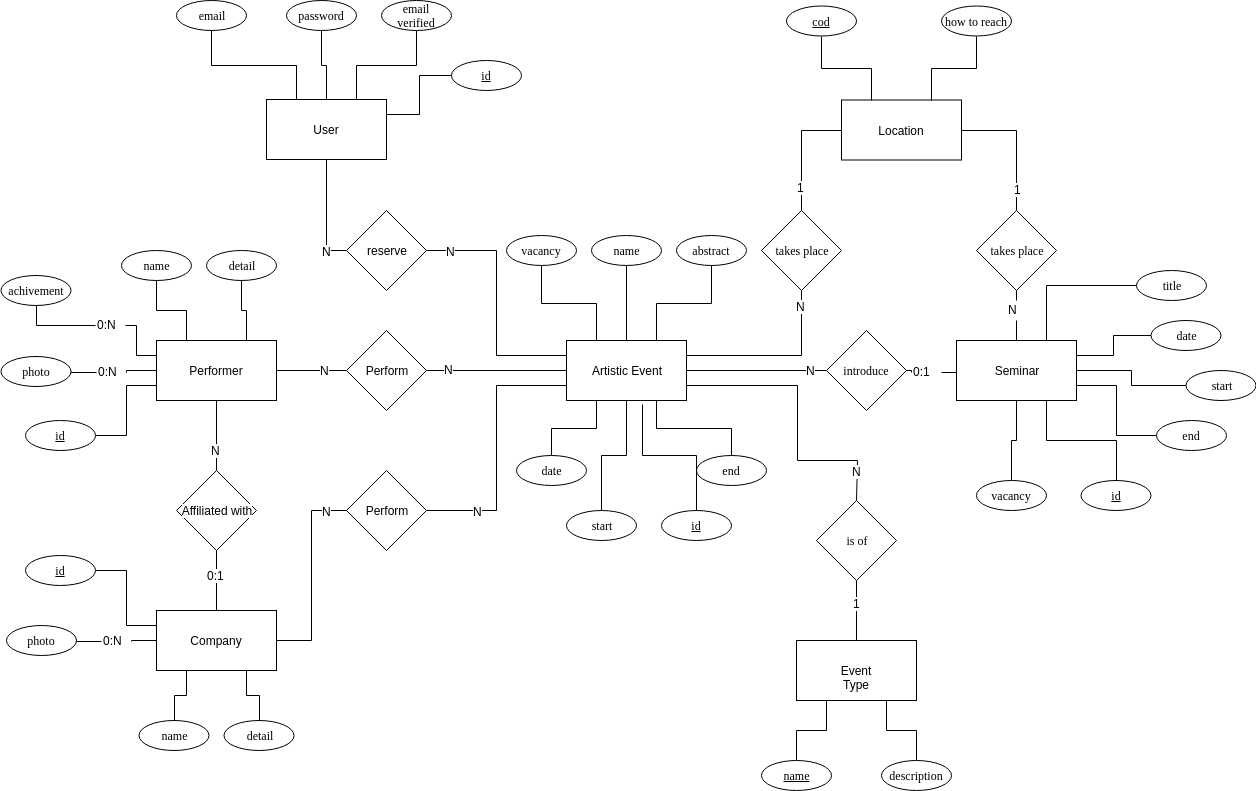
This is public/assets/images/doc/ER-diagram.png from f3d0ss/hypermedia-2019-alterio-antichi-cazzola, a draw.io export, as it was before one commit. Source tidied: cells renumbered, new cells last; positions are measured from the earlier drawing's top-left corner, leaving out a move shared by most shapes.
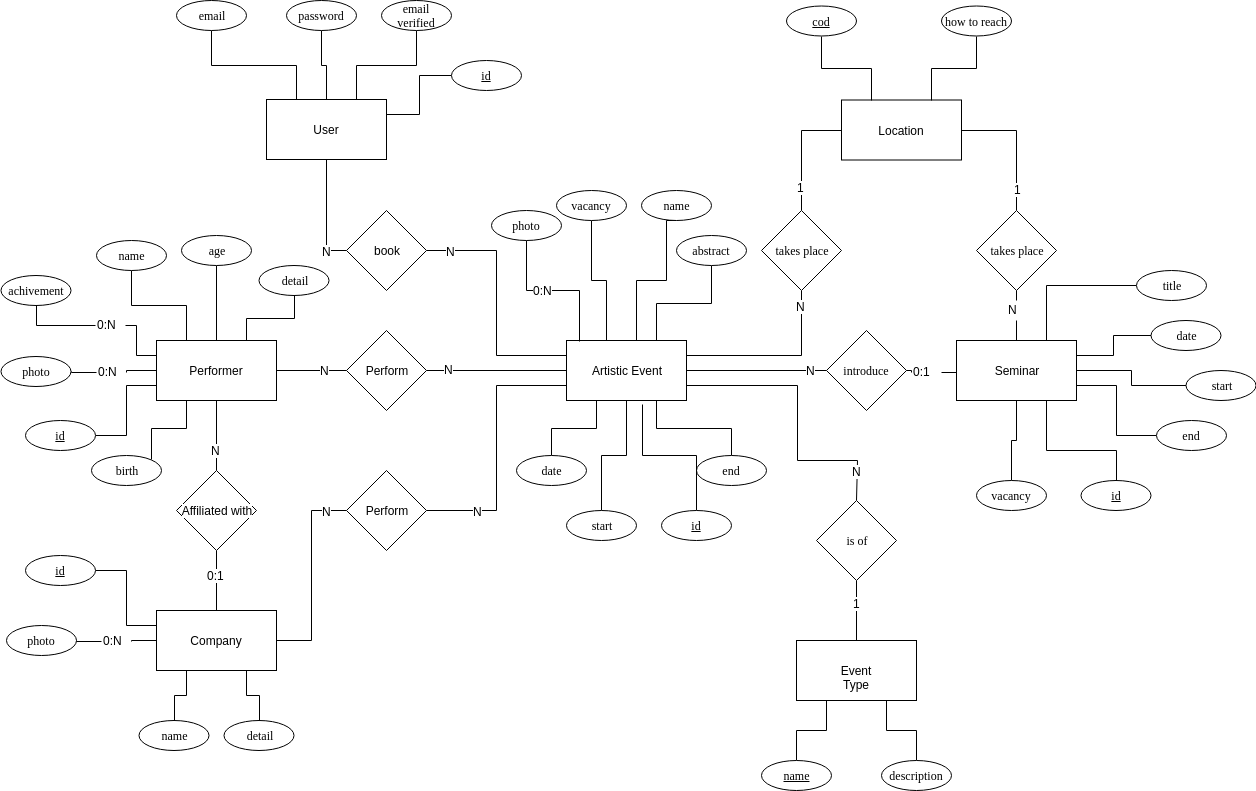
Above is the later version.

Diff of the diagram source:
```diff
@@ -147,7 +147,7 @@
     <mxCell id="44" value="N" style="text;html=1;align=center;verticalAlign=middle;labelBackgroundColor=#ffffff;" parent="43" vertex="1">
       <mxGeometry x="-0.8" relative="1" as="geometry" />
     </mxCell>
-    <mxCell id="45" value="reserve" style="rhombus;whiteSpace=wrap;html=1;" parent="1" vertex="1">
+    <mxCell id="45" value="book" style="rhombus;whiteSpace=wrap;html=1;" parent="1" vertex="1">
       <mxGeometry x="346" y="210" width="80" height="80" as="geometry" />
     </mxCell>
     <mxCell id="46" style="edgeStyle=orthogonalEdgeStyle;rounded=0;jettySize=auto;html=1;exitX=0.5;exitY=1;exitDx=0;exitDy=0;entryX=0.25;entryY=0;entryDx=0;entryDy=0;endArrow=none;endFill=0;" parent="1" edge="1" source="47" target="21">
@@ -181,10 +181,17 @@
       <mxGeometry x="941" y="5.5" width="70" height="30" as="geometry" />
     </mxCell>
     <mxCell id="56" style="edgeStyle=orthogonalEdgeStyle;rounded=0;jettySize=auto;html=1;exitX=0.5;exitY=1;exitDx=0;exitDy=0;entryX=0.5;entryY=0;entryDx=0;entryDy=0;endArrow=none;endFill=0;" parent="1" edge="1" source="57" target="10">
-      <mxGeometry relative="1" as="geometry" />
+      <mxGeometry relative="1" as="geometry">
+        <Array as="points">
+          <mxPoint x="666" y="220" />
+          <mxPoint x="666" y="280" />
+          <mxPoint x="636" y="280" />
+          <mxPoint x="636" y="340" />
+        </Array>
+      </mxGeometry>
     </mxCell>
     <mxCell id="57" value="&lt;font face=&quot;verdana&quot;&gt;name&lt;/font&gt;" style="ellipse;whiteSpace=wrap;html=1;" parent="1" vertex="1">
-      <mxGeometry x="591" y="235" width="70" height="30" as="geometry" />
+      <mxGeometry x="641" y="190" width="70" height="30" as="geometry" />
     </mxCell>
     <mxCell id="58" style="edgeStyle=orthogonalEdgeStyle;rounded=0;jettySize=auto;html=1;exitX=0.5;exitY=1;exitDx=0;exitDy=0;entryX=0.75;entryY=0;entryDx=0;entryDy=0;endArrow=none;endFill=0;" parent="1" edge="1" source="59" target="10">
       <mxGeometry relative="1" as="geometry" />
@@ -193,10 +200,16 @@
       <mxGeometry x="676" y="235" width="70" height="30" as="geometry" />
     </mxCell>
     <mxCell id="60" style="edgeStyle=orthogonalEdgeStyle;rounded=0;jettySize=auto;html=1;exitX=0.5;exitY=1;exitDx=0;exitDy=0;entryX=0.25;entryY=0;entryDx=0;entryDy=0;endArrow=none;endFill=0;" parent="1" edge="1" source="61" target="10">
-      <mxGeometry relative="1" as="geometry" />
+      <mxGeometry relative="1" as="geometry">
+        <Array as="points">
+          <mxPoint x="591" y="280" />
+          <mxPoint x="606" y="280" />
+          <mxPoint x="606" y="340" />
+        </Array>
+      </mxGeometry>
     </mxCell>
     <mxCell id="61" value="&lt;font face=&quot;verdana&quot;&gt;vacancy&lt;/font&gt;" style="ellipse;whiteSpace=wrap;html=1;" parent="1" vertex="1">
-      <mxGeometry x="506" y="235" width="70" height="30" as="geometry" />
+      <mxGeometry x="556" y="190" width="70" height="30" as="geometry" />
     </mxCell>
     <mxCell id="62" style="edgeStyle=orthogonalEdgeStyle;rounded=0;jettySize=auto;html=1;exitX=0.5;exitY=0;exitDx=0;exitDy=0;endArrow=none;endFill=0;" parent="1" edge="1" source="63" target="10">
       <mxGeometry relative="1" as="geometry" />
@@ -283,13 +296,13 @@
       <mxGeometry relative="1" as="geometry" />
     </mxCell>
     <mxCell id="90" value="&lt;font face=&quot;verdana&quot;&gt;name&lt;/font&gt;" style="ellipse;whiteSpace=wrap;html=1;" parent="1" vertex="1">
-      <mxGeometry x="121" y="250" width="70" height="30" as="geometry" />
+      <mxGeometry x="96" y="240" width="70" height="30" as="geometry" />
     </mxCell>
     <mxCell id="91" style="edgeStyle=orthogonalEdgeStyle;rounded=0;jettySize=auto;html=1;exitX=0.5;exitY=1;exitDx=0;exitDy=0;entryX=0.75;entryY=0;entryDx=0;entryDy=0;endArrow=none;endFill=0;" parent="1" edge="1" source="92" target="3">
       <mxGeometry relative="1" as="geometry" />
     </mxCell>
     <mxCell id="92" value="&lt;font face=&quot;verdana&quot;&gt;detail&lt;/font&gt;" style="ellipse;whiteSpace=wrap;html=1;" parent="1" vertex="1">
-      <mxGeometry x="206" y="250" width="70" height="30" as="geometry" />
+      <mxGeometry x="258.5" y="265" width="70" height="30" as="geometry" />
     </mxCell>
     <mxCell id="93" style="edgeStyle=orthogonalEdgeStyle;rounded=0;jettySize=auto;html=1;exitX=0;exitY=0.5;exitDx=0;exitDy=0;entryX=1;entryY=0.5;entryDx=0;entryDy=0;endArrow=none;endFill=0;" parent="1" edge="1" source="95" target="94">
       <mxGeometry relative="1" as="geometry" />
@@ -337,7 +350,12 @@
       <mxGeometry x="25" y="420" width="70" height="30" as="geometry" />
     </mxCell>
     <mxCell id="108" style="edgeStyle=orthogonalEdgeStyle;rounded=0;jettySize=auto;html=1;exitX=0.5;exitY=0;exitDx=0;exitDy=0;entryX=0.75;entryY=1;entryDx=0;entryDy=0;endArrow=none;endFill=0;" parent="1" edge="1" source="109" target="11">
-      <mxGeometry relative="1" as="geometry" />
+      <mxGeometry relative="1" as="geometry">
+        <Array as="points">
+          <mxPoint x="1116" y="450" />
+          <mxPoint x="1046" y="450" />
+        </Array>
+      </mxGeometry>
     </mxCell>
     <mxCell id="109" value="&lt;span style=&quot;font-family: &amp;quot;verdana&amp;quot;&quot;&gt;id&lt;/span&gt;" style="ellipse;whiteSpace=wrap;html=1;fontStyle=4;" parent="1" vertex="1">
       <mxGeometry x="1080.5" y="480" width="70" height="30" as="geometry" />
@@ -369,5 +387,26 @@
         <mxPoint x="-171" y="404" as="offset" />
       </mxGeometry>
     </mxCell>
+    <mxCell id="117" style="edgeStyle=orthogonalEdgeStyle;rounded=0;jettySize=auto;html=1;exitX=0.5;exitY=1;exitDx=0;exitDy=0;entryX=0.108;entryY=0.017;entryDx=0;entryDy=0;entryPerimeter=0;endArrow=none;endFill=0;" parent="1" edge="1" source="119" target="10">
+      <mxGeometry relative="1" as="geometry" />
+    </mxCell>
+    <mxCell id="118" value="0:N" style="text;html=1;align=center;verticalAlign=middle;labelBackgroundColor=#ffffff;" parent="117" vertex="1">
+      <mxGeometry x="-0.36" y="16" relative="1" as="geometry" />
+    </mxCell>
+    <mxCell id="119" value="&lt;font face=&quot;verdana&quot;&gt;photo&lt;/font&gt;" style="ellipse;whiteSpace=wrap;html=1;" parent="1" vertex="1">
+      <mxGeometry x="491" y="210" width="70" height="30" as="geometry" />
+    </mxCell>
+    <mxCell id="120" style="edgeStyle=orthogonalEdgeStyle;rounded=0;jettySize=auto;html=1;exitX=1;exitY=0;exitDx=0;exitDy=0;entryX=0.25;entryY=1;entryDx=0;entryDy=0;endArrow=none;endFill=0;" parent="1" edge="1" source="121" target="3">
+      <mxGeometry relative="1" as="geometry" />
+    </mxCell>
+    <mxCell id="121" value="&lt;font face=&quot;verdana&quot;&gt;birth&lt;/font&gt;" style="ellipse;whiteSpace=wrap;html=1;" parent="1" vertex="1">
+      <mxGeometry x="91" y="455" width="70" height="30" as="geometry" />
+    </mxCell>
+    <mxCell id="122" style="edgeStyle=orthogonalEdgeStyle;rounded=0;jettySize=auto;html=1;exitX=0.5;exitY=1;exitDx=0;exitDy=0;endArrow=none;endFill=0;" parent="1" edge="1" source="123" target="3">
+      <mxGeometry relative="1" as="geometry" />
+    </mxCell>
+    <mxCell id="123" value="&lt;font face=&quot;verdana&quot;&gt;age&lt;/font&gt;" style="ellipse;whiteSpace=wrap;html=1;" parent="1" vertex="1">
+      <mxGeometry x="181" y="235" width="70" height="30" as="geometry" />
+    </mxCell>
   </root>
 </mxGraphModel>
```
